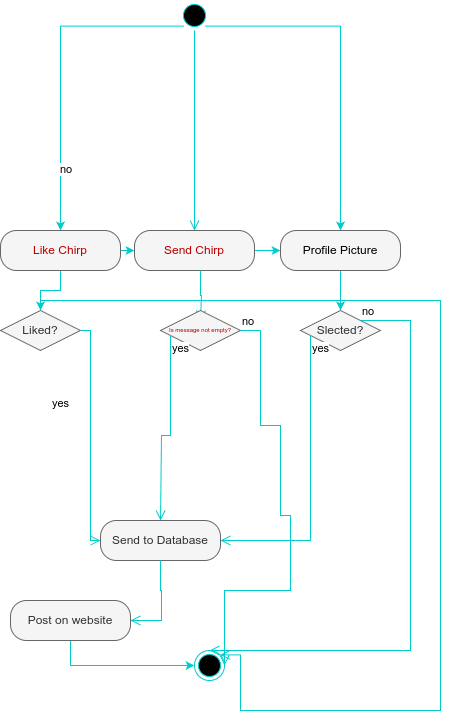
This is Documenten/Activity Diagram.drawio.png from vincentIsNietBeschikbaar/Project3, a draw.io export, as it was before one commit. Source tidied: cells renumbered, new cells last; positions are measured from the earlier drawing's top-left corner, leaving out a move shared by most shapes. Source of this version:
```xml
<mxGraphModel>
  <root>
    <mxCell id="0" />
    <mxCell id="1" parent="0" />
    <mxCell id="2" value="Send to Database" style="rounded=1;whiteSpace=wrap;html=1;arcSize=40;fontColor=#333333;fillColor=#f5f5f5;strokeColor=#666666;" parent="1" vertex="1">
      <mxGeometry x="100" y="520" width="120" height="40" as="geometry" />
    </mxCell>
    <mxCell id="3" style="edgeStyle=orthogonalEdgeStyle;rounded=0;jettySize=auto;html=1;exitX=0;exitY=1;exitDx=0;exitDy=0;entryX=0.5;entryY=0;entryDx=0;entryDy=0;fillColor=#f8cecc;strokeColor=#00CCCC;" parent="1" edge="1" source="5" target="19">
      <mxGeometry relative="1" as="geometry" />
    </mxCell>
    <mxCell id="4" style="edgeStyle=orthogonalEdgeStyle;rounded=0;jettySize=auto;html=1;exitX=1;exitY=1;exitDx=0;exitDy=0;entryX=0.5;entryY=0;entryDx=0;entryDy=0;strokeColor=#00CCCC;" parent="1" edge="1" source="5" target="24">
      <mxGeometry relative="1" as="geometry" />
    </mxCell>
    <mxCell id="5" style="ellipse;html=1;shape=startState;fillColor=#000000;strokeColor=#00CCCC;" parent="1" vertex="1">
      <mxGeometry x="179" width="30" height="30" as="geometry" />
    </mxCell>
    <mxCell id="6" style="edgeStyle=orthogonalEdgeStyle;html=1;verticalAlign=bottom;endArrow=open;endSize=8;strokeColor=#00CCCC;rounded=0;" parent="1" edge="1" source="5" target="8">
      <mxGeometry relative="1" as="geometry" />
    </mxCell>
    <mxCell id="7" style="edgeStyle=orthogonalEdgeStyle;rounded=0;jettySize=auto;html=1;exitX=1;exitY=0.5;exitDx=0;exitDy=0;entryX=0;entryY=0.5;entryDx=0;entryDy=0;fontColor=#000000;strokeColor=#00CCCC;" parent="1" edge="1" source="8" target="24">
      <mxGeometry relative="1" as="geometry" />
    </mxCell>
    <mxCell id="8" value="&lt;font style=&quot;color: light-dark(rgb(186, 0, 0), rgb(0, 0, 0));&quot;&gt;Send Chirp&lt;/font&gt;" style="rounded=1;whiteSpace=wrap;html=1;arcSize=40;fontColor=#333333;fillColor=#f5f5f5;strokeColor=#666666;" parent="1" vertex="1">
      <mxGeometry x="134" y="230" width="120" height="40" as="geometry" />
    </mxCell>
    <mxCell id="9" style="edgeStyle=orthogonalEdgeStyle;html=1;verticalAlign=bottom;endArrow=open;endSize=8;strokeColor=#00CCCC;rounded=0;" parent="1" edge="1" source="8">
      <mxGeometry relative="1" as="geometry">
        <mxPoint x="200" y="320" as="targetPoint" />
        <Array as="points">
          <mxPoint x="200" y="295" />
          <mxPoint x="201" y="295" />
        </Array>
      </mxGeometry>
    </mxCell>
    <mxCell id="10" value="&lt;font style=&quot;color: light-dark(rgb(186, 0, 0), rgb(0, 0, 0)); font-size: 6px;&quot;&gt;Is message not empty?&lt;/font&gt;" style="rhombus;whiteSpace=wrap;html=1;fontColor=#333333;fillColor=#f5f5f5;strokeColor=#666666;fontSize=7;" parent="1" vertex="1">
      <mxGeometry x="160" y="310" width="80" height="40" as="geometry" />
    </mxCell>
    <mxCell id="11" value="no" style="edgeStyle=orthogonalEdgeStyle;html=1;align=left;verticalAlign=bottom;endArrow=open;endSize=8;strokeColor=#00CCCC;rounded=0;entryX=1;entryY=0.5;entryDx=0;entryDy=0;" parent="1" edge="1" source="10" target="13">
      <mxGeometry x="-1" relative="1" as="geometry">
        <Array as="points">
          <mxPoint x="260" y="330" />
          <mxPoint x="260" y="425" />
          <mxPoint x="280" y="425" />
          <mxPoint x="280" y="515" />
          <mxPoint x="290" y="515" />
          <mxPoint x="290" y="590" />
          <mxPoint x="224" y="590" />
        </Array>
      </mxGeometry>
    </mxCell>
    <mxCell id="12" value="yes" style="edgeStyle=orthogonalEdgeStyle;html=1;align=left;verticalAlign=top;endArrow=open;endSize=8;strokeColor=#00CCCC;rounded=0;" parent="1" edge="1" source="10">
      <mxGeometry x="-1" relative="1" as="geometry">
        <mxPoint x="160" y="520" as="targetPoint" />
        <Array as="points">
          <mxPoint x="170" y="435" />
          <mxPoint x="161" y="435" />
        </Array>
      </mxGeometry>
    </mxCell>
    <mxCell id="13" style="ellipse;html=1;shape=endState;fillColor=#000000;strokeColor=#00CCCC;" parent="1" vertex="1">
      <mxGeometry x="194" y="650" width="30" height="30" as="geometry" />
    </mxCell>
    <mxCell id="14" style="edgeStyle=orthogonalEdgeStyle;html=1;verticalAlign=bottom;endArrow=open;endSize=8;strokeColor=#00CCCC;rounded=0;entryX=1;entryY=0.5;entryDx=0;entryDy=0;" parent="1" edge="1" source="2" target="16">
      <mxGeometry relative="1" as="geometry">
        <Array as="points">
          <mxPoint x="160" y="590" />
          <mxPoint x="161" y="590" />
          <mxPoint x="161" y="620" />
        </Array>
      </mxGeometry>
    </mxCell>
    <mxCell id="15" style="edgeStyle=orthogonalEdgeStyle;rounded=0;jettySize=auto;html=1;exitX=0.5;exitY=1;exitDx=0;exitDy=0;entryX=0;entryY=0.5;entryDx=0;entryDy=0;strokeColor=#00CCCC;" parent="1" edge="1" source="16" target="13">
      <mxGeometry relative="1" as="geometry" />
    </mxCell>
    <mxCell id="16" value="Post on website" style="rounded=1;whiteSpace=wrap;html=1;arcSize=40;fontColor=#333333;fillColor=#f5f5f5;strokeColor=#666666;" parent="1" vertex="1">
      <mxGeometry x="10" y="600" width="120" height="40" as="geometry" />
    </mxCell>
    <mxCell id="17" style="edgeStyle=orthogonalEdgeStyle;rounded=0;jettySize=auto;html=1;exitX=0.5;exitY=1;exitDx=0;exitDy=0;entryX=0.5;entryY=0;entryDx=0;entryDy=0;fillColor=#f5f5f5;strokeColor=#00CCCC;" parent="1" edge="1" source="19" target="20">
      <mxGeometry relative="1" as="geometry" />
    </mxCell>
    <mxCell id="18" style="edgeStyle=orthogonalEdgeStyle;rounded=0;jettySize=auto;html=1;exitX=1;exitY=0.5;exitDx=0;exitDy=0;entryX=0;entryY=0.5;entryDx=0;entryDy=0;fontColor=#000000;strokeColor=#00CCCC;" parent="1" edge="1" source="19" target="8">
      <mxGeometry relative="1" as="geometry" />
    </mxCell>
    <mxCell id="19" value="&lt;font style=&quot;color: light-dark(rgb(186, 0, 0), rgb(0, 0, 0));&quot;&gt;Like Chirp&lt;/font&gt;" style="rounded=1;whiteSpace=wrap;html=1;arcSize=40;fontColor=#333333;fillColor=#f5f5f5;strokeColor=#666666;" parent="1" vertex="1">
      <mxGeometry y="230" width="120" height="40" as="geometry" />
    </mxCell>
    <mxCell id="20" value="Liked?" style="rhombus;whiteSpace=wrap;html=1;fillColor=#f5f5f5;strokeColor=#666666;fontColor=#333333;" parent="1" vertex="1">
      <mxGeometry y="310" width="80" height="40" as="geometry" />
    </mxCell>
    <mxCell id="21" value="no" style="edgeStyle=orthogonalEdgeStyle;html=1;align=left;verticalAlign=bottom;endArrow=open;endSize=8;strokeColor=#00CCCC;rounded=0;entryX=0;entryY=0.5;entryDx=0;entryDy=0;" parent="1" edge="1" source="20" target="2">
      <mxGeometry x="-1" y="92" relative="1" as="geometry">
        <mxPoint x="-22" y="-60" as="offset" />
      </mxGeometry>
    </mxCell>
    <mxCell id="22" value="yes" style="edgeStyle=orthogonalEdgeStyle;html=1;align=left;verticalAlign=top;endArrow=open;endSize=8;strokeColor=#00CCCC;rounded=0;entryX=1;entryY=0;entryDx=0;entryDy=0;" parent="1" edge="1" source="20" target="13">
      <mxGeometry x="-1" y="-81" relative="1" as="geometry">
        <Array as="points">
          <mxPoint x="440" y="300" />
          <mxPoint x="440" y="710" />
          <mxPoint x="240" y="710" />
          <mxPoint x="240" y="654" />
        </Array>
        <mxPoint x="-71" y="80" as="offset" />
      </mxGeometry>
    </mxCell>
    <mxCell id="23" style="edgeStyle=orthogonalEdgeStyle;rounded=0;jettySize=auto;html=1;exitX=0.5;exitY=1;exitDx=0;exitDy=0;entryX=0.5;entryY=0;entryDx=0;entryDy=0;strokeColor=#00CCCC;" parent="1" edge="1" source="24" target="25">
      <mxGeometry relative="1" as="geometry" />
    </mxCell>
    <mxCell id="24" value="&lt;font color=&quot;#000000&quot;&gt;Profile Picture&lt;/font&gt;" style="rounded=1;whiteSpace=wrap;html=1;arcSize=40;fontColor=#333333;fillColor=#f5f5f5;strokeColor=#666666;" parent="1" vertex="1">
      <mxGeometry x="280" y="230" width="120" height="40" as="geometry" />
    </mxCell>
    <mxCell id="25" value="Slected?" style="rhombus;whiteSpace=wrap;html=1;fontColor=#333333;fillColor=#f5f5f5;strokeColor=#666666;" parent="1" vertex="1">
      <mxGeometry x="300" y="310" width="80" height="40" as="geometry" />
    </mxCell>
    <mxCell id="26" value="no" style="edgeStyle=orthogonalEdgeStyle;html=1;align=left;verticalAlign=bottom;endArrow=open;endSize=8;strokeColor=#00CCCC;rounded=0;entryX=0.5;entryY=0;entryDx=0;entryDy=0;" parent="1" edge="1" source="25" target="13">
      <mxGeometry x="-1" relative="1" as="geometry">
        <Array as="points">
          <mxPoint x="410" y="320" />
          <mxPoint x="410" y="650" />
        </Array>
      </mxGeometry>
    </mxCell>
    <mxCell id="27" value="yes" style="edgeStyle=orthogonalEdgeStyle;html=1;align=left;verticalAlign=top;endArrow=open;endSize=8;strokeColor=#00CCCC;rounded=0;entryX=1;entryY=0.5;entryDx=0;entryDy=0;" parent="1" edge="1" source="25" target="2">
      <mxGeometry x="-1" relative="1" as="geometry">
        <Array as="points">
          <mxPoint x="310" y="540" />
        </Array>
      </mxGeometry>
    </mxCell>
  </root>
</mxGraphModel>
```
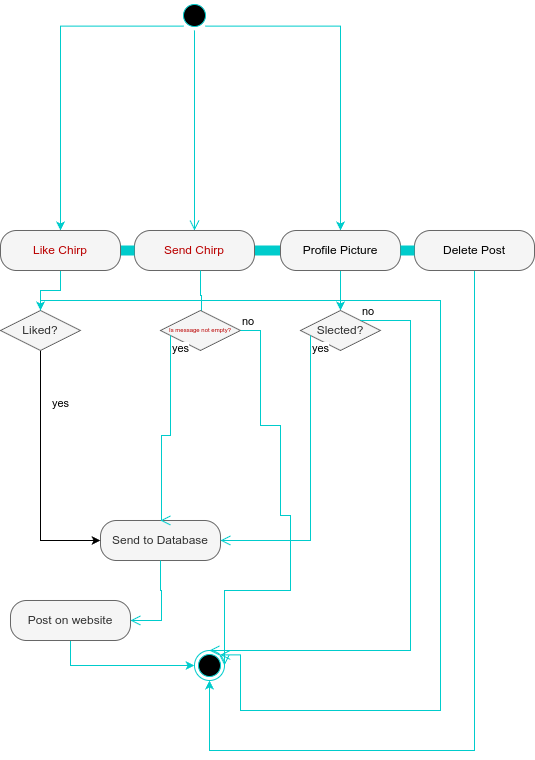
After the change.

Commit message:
Delete post staat nu ook in de Activity Diagram

Diff of the diagram source:
```diff
@@ -17,7 +17,7 @@
     <mxCell id="6" style="edgeStyle=orthogonalEdgeStyle;html=1;verticalAlign=bottom;endArrow=open;endSize=8;strokeColor=#00CCCC;rounded=0;" parent="1" edge="1" source="5" target="8">
       <mxGeometry relative="1" as="geometry" />
     </mxCell>
-    <mxCell id="7" style="edgeStyle=orthogonalEdgeStyle;rounded=0;jettySize=auto;html=1;exitX=1;exitY=0.5;exitDx=0;exitDy=0;entryX=0;entryY=0.5;entryDx=0;entryDy=0;fontColor=#000000;strokeColor=#00CCCC;" parent="1" edge="1" source="8" target="24">
+    <mxCell id="7" style="edgeStyle=orthogonalEdgeStyle;rounded=0;jettySize=auto;html=1;exitX=1;exitY=0.5;exitDx=0;exitDy=0;entryX=0;entryY=0.5;entryDx=0;entryDy=0;fontColor=#000000;strokeColor=#00CCCC;endArrow=none;startFill=0;strokeWidth=10;" parent="1" edge="1" source="8" target="24">
       <mxGeometry relative="1" as="geometry" />
     </mxCell>
     <mxCell id="8" value="&lt;font style=&quot;color: light-dark(rgb(186, 0, 0), rgb(0, 0, 0));&quot;&gt;Send Chirp&lt;/font&gt;" style="rounded=1;whiteSpace=wrap;html=1;arcSize=40;fontColor=#333333;fillColor=#f5f5f5;strokeColor=#666666;" parent="1" vertex="1">
@@ -78,20 +78,18 @@
     <mxCell id="17" style="edgeStyle=orthogonalEdgeStyle;rounded=0;jettySize=auto;html=1;exitX=0.5;exitY=1;exitDx=0;exitDy=0;entryX=0.5;entryY=0;entryDx=0;entryDy=0;fillColor=#f5f5f5;strokeColor=#00CCCC;" parent="1" edge="1" source="19" target="20">
       <mxGeometry relative="1" as="geometry" />
     </mxCell>
-    <mxCell id="18" style="edgeStyle=orthogonalEdgeStyle;rounded=0;jettySize=auto;html=1;exitX=1;exitY=0.5;exitDx=0;exitDy=0;entryX=0;entryY=0.5;entryDx=0;entryDy=0;fontColor=#000000;strokeColor=#00CCCC;" parent="1" edge="1" source="19" target="8">
+    <mxCell id="18" style="edgeStyle=orthogonalEdgeStyle;rounded=0;jettySize=auto;html=1;exitX=1;exitY=0.5;exitDx=0;exitDy=0;entryX=0;entryY=0.5;entryDx=0;entryDy=0;fontColor=#000000;strokeColor=#00CCCC;endArrow=none;startFill=0;strokeWidth=10;" parent="1" edge="1" source="19" target="8">
       <mxGeometry relative="1" as="geometry" />
     </mxCell>
     <mxCell id="19" value="&lt;font style=&quot;color: light-dark(rgb(186, 0, 0), rgb(0, 0, 0));&quot;&gt;Like Chirp&lt;/font&gt;" style="rounded=1;whiteSpace=wrap;html=1;arcSize=40;fontColor=#333333;fillColor=#f5f5f5;strokeColor=#666666;" parent="1" vertex="1">
       <mxGeometry y="230" width="120" height="40" as="geometry" />
     </mxCell>
+    <mxCell id="21" style="edgeStyle=orthogonalEdgeStyle;rounded=0;jettySize=auto;html=1;exitX=0.5;exitY=1;exitDx=0;exitDy=0;entryX=0;entryY=0.5;entryDx=0;entryDy=0;" parent="1" edge="1" source="20" target="2">
+      <mxGeometry relative="1" as="geometry" />
+    </mxCell>
     <mxCell id="20" value="Liked?" style="rhombus;whiteSpace=wrap;html=1;fillColor=#f5f5f5;strokeColor=#666666;fontColor=#333333;" parent="1" vertex="1">
       <mxGeometry y="310" width="80" height="40" as="geometry" />
     </mxCell>
-    <mxCell id="21" value="no" style="edgeStyle=orthogonalEdgeStyle;html=1;align=left;verticalAlign=bottom;endArrow=open;endSize=8;strokeColor=#00CCCC;rounded=0;entryX=0;entryY=0.5;entryDx=0;entryDy=0;" parent="1" edge="1" source="20" target="2">
-      <mxGeometry x="-1" y="92" relative="1" as="geometry">
-        <mxPoint x="-22" y="-60" as="offset" />
-      </mxGeometry>
-    </mxCell>
     <mxCell id="22" value="yes" style="edgeStyle=orthogonalEdgeStyle;html=1;align=left;verticalAlign=top;endArrow=open;endSize=8;strokeColor=#00CCCC;rounded=0;entryX=1;entryY=0;entryDx=0;entryDy=0;" parent="1" edge="1" source="20" target="13">
       <mxGeometry x="-1" y="-81" relative="1" as="geometry">
         <Array as="points">
@@ -127,5 +125,21 @@
         </Array>
       </mxGeometry>
     </mxCell>
+    <mxCell id="28" style="edgeStyle=orthogonalEdgeStyle;rounded=0;jettySize=auto;html=1;exitX=0.5;exitY=1;exitDx=0;exitDy=0;entryX=0.5;entryY=1;entryDx=0;entryDy=0;strokeColor=#00CCCC;" parent="1" edge="1" source="29" target="13">
+      <mxGeometry relative="1" as="geometry">
+        <Array as="points">
+          <mxPoint x="474" y="750" />
+          <mxPoint x="209" y="750" />
+        </Array>
+      </mxGeometry>
+    </mxCell>
+    <mxCell id="29" value="&lt;font color=&quot;#000000&quot;&gt;Delete Post&lt;/font&gt;" style="rounded=1;whiteSpace=wrap;html=1;arcSize=40;fontColor=#333333;fillColor=#f5f5f5;strokeColor=#666666;" parent="1" vertex="1">
+      <mxGeometry x="414" y="230" width="120" height="40" as="geometry" />
+    </mxCell>
+    <mxCell id="30" style="edgeStyle=orthogonalEdgeStyle;rounded=0;jettySize=auto;html=1;exitX=1;exitY=0.5;exitDx=0;exitDy=0;entryX=0;entryY=0.5;entryDx=0;entryDy=0;fontColor=#000000;strokeColor=#00CCCC;endArrow=none;startFill=0;strokeWidth=10;" parent="1" edge="1" target="29">
+      <mxGeometry relative="1" as="geometry">
+        <mxPoint x="400" y="250" as="sourcePoint" />
+      </mxGeometry>
+    </mxCell>
   </root>
 </mxGraphModel>
```
